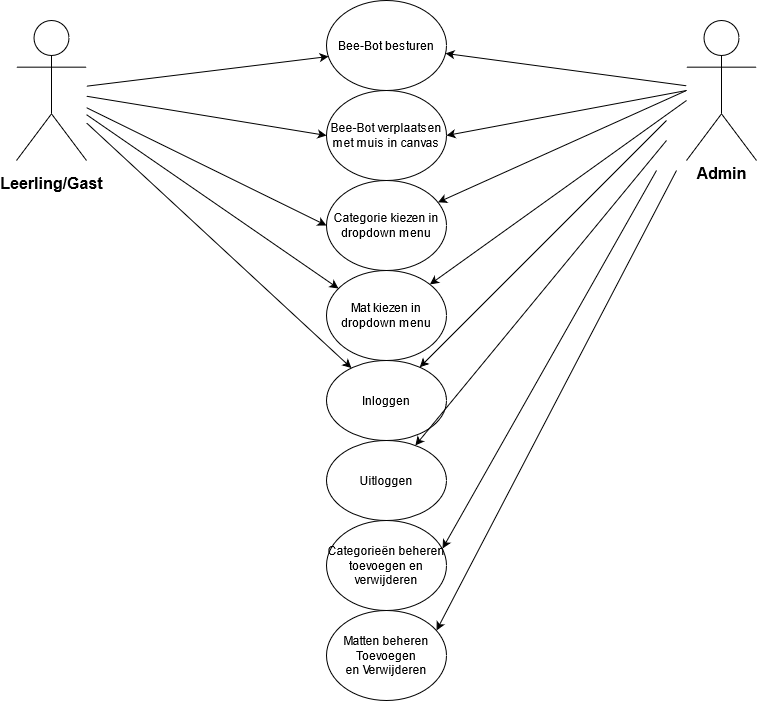
TimoHogeveen/BeebotOnline keeps this draw.io diagram as documentation/Use CaseUpdated.png. Above is the earlier version. Source tidied: cells renumbered, new cells last; positions are measured from the earlier drawing's top-left corner, leaving out a move shared by most shapes. Source of this version:
```xml
<mxGraphModel>
  <root>
    <mxCell id="0" />
    <mxCell id="1" parent="0" />
    <mxCell id="2" value="Actor" style="shape=umlActor;verticalLabelPosition=bottom;verticalAlign=top;html=1;outlineConnect=0;fontFamily=Helvetica;noLabel=1;" parent="1" vertex="1">
      <mxGeometry x="15" y="20" width="70" height="140" as="geometry" />
    </mxCell>
    <mxCell id="3" value="Actor" style="shape=umlActor;verticalLabelPosition=bottom;verticalAlign=top;html=1;outlineConnect=0;noLabel=1;" parent="1" vertex="1">
      <mxGeometry x="685" y="20" width="70" height="140" as="geometry" />
    </mxCell>
    <mxCell id="4" value="&lt;font style=&quot;font-size: 16px&quot;&gt;Leerling/Gast&lt;/font&gt;" style="text;strokeColor=none;fillColor=none;html=1;fontSize=24;fontStyle=1;verticalAlign=middle;align=center;" parent="1" vertex="1">
      <mxGeometry y="160" width="100" height="40" as="geometry" />
    </mxCell>
    <mxCell id="5" value="&lt;font style=&quot;font-size: 16px&quot;&gt;Admin&lt;/font&gt;" style="text;strokeColor=none;fillColor=none;html=1;fontSize=24;fontStyle=1;verticalAlign=middle;align=center;" parent="1" vertex="1">
      <mxGeometry x="670" y="150" width="100" height="40" as="geometry" />
    </mxCell>
    <mxCell id="6" value="Bee-Bot besturen" style="ellipse;whiteSpace=wrap;html=1;fontFamily=Helvetica;" parent="1" vertex="1">
      <mxGeometry x="325" width="120" height="90" as="geometry" />
    </mxCell>
    <mxCell id="7" value="Mat kiezen in dropdown menu" style="ellipse;whiteSpace=wrap;html=1;fontFamily=Helvetica;" parent="1" vertex="1">
      <mxGeometry x="325" y="270" width="120" height="90" as="geometry" />
    </mxCell>
    <mxCell id="8" value="&lt;div&gt;Matten beheren&lt;/div&gt;&lt;div&gt;Toevoegen&lt;/div&gt;&lt;div&gt;en Verwijderen&lt;br&gt;&lt;/div&gt;" style="ellipse;whiteSpace=wrap;html=1;fontFamily=Helvetica;" parent="1" vertex="1">
      <mxGeometry x="325" y="610" width="120" height="90" as="geometry" />
    </mxCell>
    <mxCell id="9" style="endArrow=classic;html=1;fontFamily=Helvetica;entryX=0.017;entryY=0.622;entryDx=0;entryDy=0;entryPerimeter=0;" parent="1" edge="1" source="2" target="6">
      <mxGeometry relative="1" as="geometry" />
    </mxCell>
    <mxCell id="10" style="endArrow=classic;html=1;fontFamily=Helvetica;entryX=0.1;entryY=0.2;entryDx=0;entryDy=0;entryPerimeter=0;" parent="1" edge="1" source="2" target="7">
      <mxGeometry relative="1" as="geometry" />
    </mxCell>
    <mxCell id="11" style="endArrow=classic;html=1;fontFamily=Helvetica;entryX=0.917;entryY=0.222;entryDx=0;entryDy=0;entryPerimeter=0;" parent="1" edge="1" target="8">
      <mxGeometry relative="1" as="geometry">
        <mxPoint x="675" y="170" as="sourcePoint" />
      </mxGeometry>
    </mxCell>
    <mxCell id="12" style="endArrow=classic;html=1;fontFamily=Helvetica;" parent="1" edge="1" target="7">
      <mxGeometry relative="1" as="geometry">
        <mxPoint x="685" y="100" as="sourcePoint" />
      </mxGeometry>
    </mxCell>
    <mxCell id="13" style="endArrow=classic;html=1;fontFamily=Helvetica;" parent="1" edge="1" source="3" target="6">
      <mxGeometry relative="1" as="geometry" />
    </mxCell>
    <mxCell id="14" value="Categorie kiezen in dropdown menu" style="ellipse;whiteSpace=wrap;html=1;fontFamily=Helvetica;" parent="1" vertex="1">
      <mxGeometry x="325" y="180" width="120" height="90" as="geometry" />
    </mxCell>
    <mxCell id="15" style="endArrow=classic;html=1;fontFamily=Helvetica;" parent="1" edge="1" target="14">
      <mxGeometry relative="1" as="geometry">
        <mxPoint x="685" y="90" as="sourcePoint" />
      </mxGeometry>
    </mxCell>
    <mxCell id="16" style="endArrow=classic;html=1;fontFamily=Helvetica;entryX=0;entryY=0.5;entryDx=0;entryDy=0;" parent="1" edge="1" source="2" target="14">
      <mxGeometry relative="1" as="geometry" />
    </mxCell>
    <mxCell id="17" value="Categorieën beheren toevoegen en verwijderen " style="ellipse;whiteSpace=wrap;html=1;" parent="1" vertex="1">
      <mxGeometry x="325" y="520" width="120" height="90" as="geometry" />
    </mxCell>
    <mxCell id="18" style="endArrow=classic;html=1;fontFamily=Helvetica;entryX=0.967;entryY=0.311;entryDx=0;entryDy=0;entryPerimeter=0;" parent="1" edge="1" target="17">
      <mxGeometry relative="1" as="geometry">
        <mxPoint x="655" y="170" as="sourcePoint" />
      </mxGeometry>
    </mxCell>
    <mxCell id="19" value="Inloggen" style="ellipse;whiteSpace=wrap;html=1;" parent="1" vertex="1">
      <mxGeometry x="325" y="360" width="120" height="80" as="geometry" />
    </mxCell>
    <mxCell id="20" style="endArrow=classic;html=1;fontFamily=Helvetica;" parent="1" edge="1" source="2" target="19">
      <mxGeometry relative="1" as="geometry" />
    </mxCell>
    <mxCell id="21" style="endArrow=classic;html=1;fontFamily=Helvetica;" parent="1" edge="1" target="19">
      <mxGeometry relative="1" as="geometry">
        <mxPoint x="665" y="120" as="sourcePoint" />
      </mxGeometry>
    </mxCell>
    <mxCell id="22" value="Uitloggen" style="ellipse;whiteSpace=wrap;html=1;" parent="1" vertex="1">
      <mxGeometry x="325" y="440" width="120" height="80" as="geometry" />
    </mxCell>
    <mxCell id="23" style="endArrow=classic;html=1;fontFamily=Helvetica;" parent="1" edge="1" target="22">
      <mxGeometry relative="1" as="geometry">
        <mxPoint x="665" y="140" as="sourcePoint" />
      </mxGeometry>
    </mxCell>
    <mxCell id="24" value="Bee-Bot verplaatsen met muis in canvas" style="ellipse;whiteSpace=wrap;html=1;fontFamily=Helvetica;" parent="1" vertex="1">
      <mxGeometry x="325" y="90" width="120" height="90" as="geometry" />
    </mxCell>
    <mxCell id="25" style="endArrow=classic;html=1;fontFamily=Helvetica;entryX=0;entryY=0.5;entryDx=0;entryDy=0;" parent="1" edge="1" source="2" target="24">
      <mxGeometry relative="1" as="geometry" />
    </mxCell>
    <mxCell id="26" style="endArrow=classic;html=1;fontFamily=Helvetica;entryX=1;entryY=0.5;entryDx=0;entryDy=0;" parent="1" edge="1" target="24">
      <mxGeometry relative="1" as="geometry">
        <mxPoint x="685" y="90" as="sourcePoint" />
      </mxGeometry>
    </mxCell>
  </root>
</mxGraphModel>
```
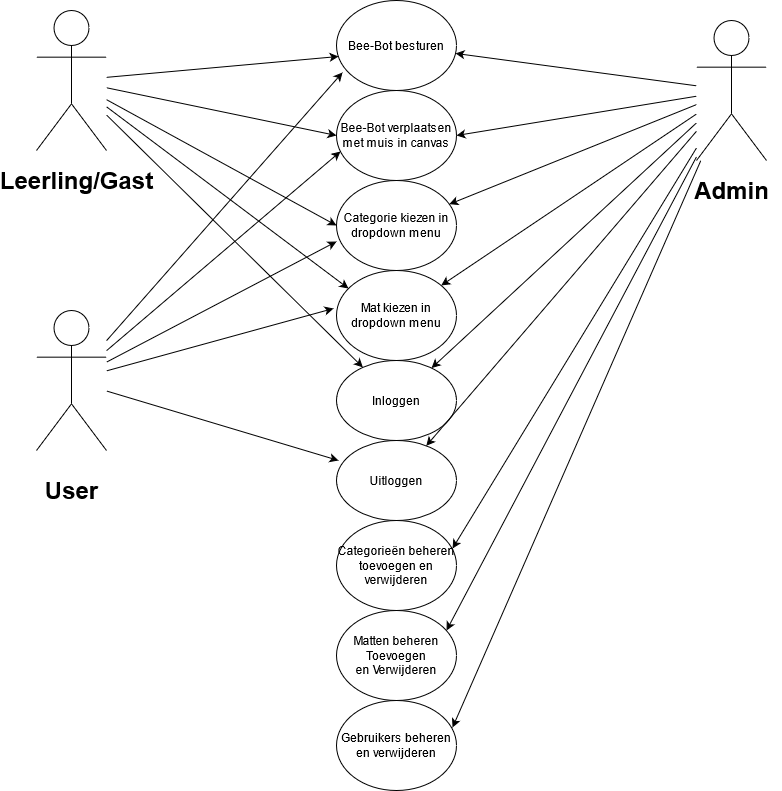
Above is the later version.

Change to the diagram source:
```diff
@@ -3,16 +3,16 @@
     <mxCell id="0" />
     <mxCell id="1" parent="0" />
     <mxCell id="2" value="Actor" style="shape=umlActor;verticalLabelPosition=bottom;verticalAlign=top;html=1;outlineConnect=0;fontFamily=Helvetica;noLabel=1;" parent="1" vertex="1">
-      <mxGeometry x="15" y="20" width="70" height="140" as="geometry" />
+      <mxGeometry x="25" y="10" width="70" height="140" as="geometry" />
     </mxCell>
     <mxCell id="3" value="Actor" style="shape=umlActor;verticalLabelPosition=bottom;verticalAlign=top;html=1;outlineConnect=0;noLabel=1;" parent="1" vertex="1">
       <mxGeometry x="685" y="20" width="70" height="140" as="geometry" />
     </mxCell>
-    <mxCell id="4" value="&lt;font style=&quot;font-size: 16px&quot;&gt;Leerling/Gast&lt;/font&gt;" style="text;strokeColor=none;fillColor=none;html=1;fontSize=24;fontStyle=1;verticalAlign=middle;align=center;" parent="1" vertex="1">
-      <mxGeometry y="160" width="100" height="40" as="geometry" />
+    <mxCell id="4" value="Leerling/Gast" style="text;strokeColor=none;fillColor=none;html=1;fontSize=24;fontStyle=1;verticalAlign=middle;align=center;" parent="1" vertex="1">
+      <mxGeometry x="15" y="160" width="100" height="40" as="geometry" />
     </mxCell>
-    <mxCell id="5" value="&lt;font style=&quot;font-size: 16px&quot;&gt;Admin&lt;/font&gt;" style="text;strokeColor=none;fillColor=none;html=1;fontSize=24;fontStyle=1;verticalAlign=middle;align=center;" parent="1" vertex="1">
-      <mxGeometry x="670" y="150" width="100" height="40" as="geometry" />
+    <mxCell id="5" value="Admin" style="text;strokeColor=none;fillColor=none;html=1;fontSize=24;fontStyle=1;verticalAlign=middle;align=center;" parent="1" vertex="1">
+      <mxGeometry x="670" y="170" width="100" height="40" as="geometry" />
     </mxCell>
     <mxCell id="6" value="Bee-Bot besturen" style="ellipse;whiteSpace=wrap;html=1;fontFamily=Helvetica;" parent="1" vertex="1">
       <mxGeometry x="325" width="120" height="90" as="geometry" />
@@ -29,15 +29,11 @@
     <mxCell id="10" style="endArrow=classic;html=1;fontFamily=Helvetica;entryX=0.1;entryY=0.2;entryDx=0;entryDy=0;entryPerimeter=0;" parent="1" edge="1" source="2" target="7">
       <mxGeometry relative="1" as="geometry" />
     </mxCell>
-    <mxCell id="11" style="endArrow=classic;html=1;fontFamily=Helvetica;entryX=0.917;entryY=0.222;entryDx=0;entryDy=0;entryPerimeter=0;" parent="1" edge="1" target="8">
-      <mxGeometry relative="1" as="geometry">
-        <mxPoint x="675" y="170" as="sourcePoint" />
-      </mxGeometry>
+    <mxCell id="11" style="endArrow=classic;html=1;fontFamily=Helvetica;entryX=0.917;entryY=0.222;entryDx=0;entryDy=0;entryPerimeter=0;" parent="1" edge="1" source="3" target="8">
+      <mxGeometry relative="1" as="geometry" />
     </mxCell>
-    <mxCell id="12" style="endArrow=classic;html=1;fontFamily=Helvetica;" parent="1" edge="1" target="7">
-      <mxGeometry relative="1" as="geometry">
-        <mxPoint x="685" y="100" as="sourcePoint" />
-      </mxGeometry>
+    <mxCell id="12" style="endArrow=classic;html=1;fontFamily=Helvetica;" parent="1" edge="1" source="3" target="7">
+      <mxGeometry relative="1" as="geometry" />
     </mxCell>
     <mxCell id="13" style="endArrow=classic;html=1;fontFamily=Helvetica;" parent="1" edge="1" source="3" target="6">
       <mxGeometry relative="1" as="geometry" />
@@ -45,10 +41,8 @@
     <mxCell id="14" value="Categorie kiezen in dropdown menu" style="ellipse;whiteSpace=wrap;html=1;fontFamily=Helvetica;" parent="1" vertex="1">
       <mxGeometry x="325" y="180" width="120" height="90" as="geometry" />
     </mxCell>
-    <mxCell id="15" style="endArrow=classic;html=1;fontFamily=Helvetica;" parent="1" edge="1" target="14">
-      <mxGeometry relative="1" as="geometry">
-        <mxPoint x="685" y="90" as="sourcePoint" />
-      </mxGeometry>
+    <mxCell id="15" style="endArrow=classic;html=1;fontFamily=Helvetica;" parent="1" edge="1" source="3" target="14">
+      <mxGeometry relative="1" as="geometry" />
     </mxCell>
     <mxCell id="16" style="endArrow=classic;html=1;fontFamily=Helvetica;entryX=0;entryY=0.5;entryDx=0;entryDy=0;" parent="1" edge="1" source="2" target="14">
       <mxGeometry relative="1" as="geometry" />
@@ -56,10 +50,8 @@
     <mxCell id="17" value="Categorieën beheren toevoegen en verwijderen " style="ellipse;whiteSpace=wrap;html=1;" parent="1" vertex="1">
       <mxGeometry x="325" y="520" width="120" height="90" as="geometry" />
     </mxCell>
-    <mxCell id="18" style="endArrow=classic;html=1;fontFamily=Helvetica;entryX=0.967;entryY=0.311;entryDx=0;entryDy=0;entryPerimeter=0;" parent="1" edge="1" target="17">
-      <mxGeometry relative="1" as="geometry">
-        <mxPoint x="655" y="170" as="sourcePoint" />
-      </mxGeometry>
+    <mxCell id="18" style="endArrow=classic;html=1;fontFamily=Helvetica;entryX=0.967;entryY=0.311;entryDx=0;entryDy=0;entryPerimeter=0;" parent="1" edge="1" source="3" target="17">
+      <mxGeometry relative="1" as="geometry" />
     </mxCell>
     <mxCell id="19" value="Inloggen" style="ellipse;whiteSpace=wrap;html=1;" parent="1" vertex="1">
       <mxGeometry x="325" y="360" width="120" height="80" as="geometry" />
@@ -67,18 +59,14 @@
     <mxCell id="20" style="endArrow=classic;html=1;fontFamily=Helvetica;" parent="1" edge="1" source="2" target="19">
       <mxGeometry relative="1" as="geometry" />
     </mxCell>
-    <mxCell id="21" style="endArrow=classic;html=1;fontFamily=Helvetica;" parent="1" edge="1" target="19">
-      <mxGeometry relative="1" as="geometry">
-        <mxPoint x="665" y="120" as="sourcePoint" />
-      </mxGeometry>
+    <mxCell id="21" style="endArrow=classic;html=1;fontFamily=Helvetica;" parent="1" edge="1" source="3" target="19">
+      <mxGeometry relative="1" as="geometry" />
     </mxCell>
     <mxCell id="22" value="Uitloggen" style="ellipse;whiteSpace=wrap;html=1;" parent="1" vertex="1">
       <mxGeometry x="325" y="440" width="120" height="80" as="geometry" />
     </mxCell>
-    <mxCell id="23" style="endArrow=classic;html=1;fontFamily=Helvetica;" parent="1" edge="1" target="22">
-      <mxGeometry relative="1" as="geometry">
-        <mxPoint x="665" y="140" as="sourcePoint" />
-      </mxGeometry>
+    <mxCell id="23" style="endArrow=classic;html=1;fontFamily=Helvetica;" parent="1" edge="1" source="3" target="22">
+      <mxGeometry relative="1" as="geometry" />
     </mxCell>
     <mxCell id="24" value="Bee-Bot verplaatsen met muis in canvas" style="ellipse;whiteSpace=wrap;html=1;fontFamily=Helvetica;" parent="1" vertex="1">
       <mxGeometry x="325" y="90" width="120" height="90" as="geometry" />
@@ -86,10 +74,35 @@
     <mxCell id="25" style="endArrow=classic;html=1;fontFamily=Helvetica;entryX=0;entryY=0.5;entryDx=0;entryDy=0;" parent="1" edge="1" source="2" target="24">
       <mxGeometry relative="1" as="geometry" />
     </mxCell>
-    <mxCell id="26" style="endArrow=classic;html=1;fontFamily=Helvetica;entryX=1;entryY=0.5;entryDx=0;entryDy=0;" parent="1" edge="1" target="24">
-      <mxGeometry relative="1" as="geometry">
-        <mxPoint x="685" y="90" as="sourcePoint" />
-      </mxGeometry>
+    <mxCell id="26" style="endArrow=classic;html=1;fontFamily=Helvetica;entryX=1;entryY=0.5;entryDx=0;entryDy=0;" parent="1" edge="1" source="3" target="24">
+      <mxGeometry relative="1" as="geometry" />
     </mxCell>
+    <mxCell id="27" value="Actor" style="shape=umlActor;verticalLabelPosition=bottom;verticalAlign=top;html=1;outlineConnect=0;fontFamily=Helvetica;noLabel=1;" parent="1" vertex="1">
+      <mxGeometry x="25" y="310" width="70" height="140" as="geometry" />
+    </mxCell>
+    <mxCell id="28" value="User" style="text;strokeColor=none;fillColor=none;html=1;fontSize=24;fontStyle=1;verticalAlign=middle;align=center;" parent="1" vertex="1">
+      <mxGeometry x="10" y="470" width="100" height="40" as="geometry" />
+    </mxCell>
+    <mxCell id="29" value="Gebruikers beheren en verwijderen" style="ellipse;whiteSpace=wrap;html=1;fontFamily=Helvetica;" parent="1" vertex="1">
+      <mxGeometry x="325" y="700" width="120" height="90" as="geometry" />
+    </mxCell>
+    <mxCell id="30" style="endArrow=classic;html=1;fontFamily=Helvetica;entryX=0.967;entryY=0.3;entryDx=0;entryDy=0;entryPerimeter=0;" parent="1" edge="1" source="3" target="29">
+      <mxGeometry relative="1" as="geometry" />
+    </mxCell>
+    <mxCell id="31" style="endArrow=classic;html=1;fontFamily=Helvetica;entryX=0.05;entryY=0.8;entryDx=0;entryDy=0;entryPerimeter=0;" parent="1" edge="1" source="27" target="6">
+      <mxGeometry relative="1" as="geometry" />
+    </mxCell>
+    <mxCell id="32" style="endArrow=classic;html=1;fontFamily=Helvetica;entryX=0.033;entryY=0.678;entryDx=0;entryDy=0;entryPerimeter=0;" parent="1" edge="1" source="27" target="24">
+      <mxGeometry relative="1" as="geometry" />
+    </mxCell>
+    <mxCell id="33" style="endArrow=classic;html=1;fontFamily=Helvetica;entryX=0;entryY=0.678;entryDx=0;entryDy=0;entryPerimeter=0;" parent="1" edge="1" source="27" target="14">
+      <mxGeometry relative="1" as="geometry" />
+    </mxCell>
+    <mxCell id="34" style="endArrow=classic;html=1;fontFamily=Helvetica;entryX=-0.025;entryY=0.422;entryDx=0;entryDy=0;entryPerimeter=0;" parent="1" edge="1" source="27" target="7">
+      <mxGeometry relative="1" as="geometry" />
+    </mxCell>
+    <mxCell id="35" style="endArrow=classic;html=1;fontFamily=Helvetica;entryX=0.017;entryY=0.25;entryDx=0;entryDy=0;entryPerimeter=0;" parent="1" edge="1" source="27" target="22">
+      <mxGeometry relative="1" as="geometry" />
+    </mxCell>
   </root>
 </mxGraphModel>
```
